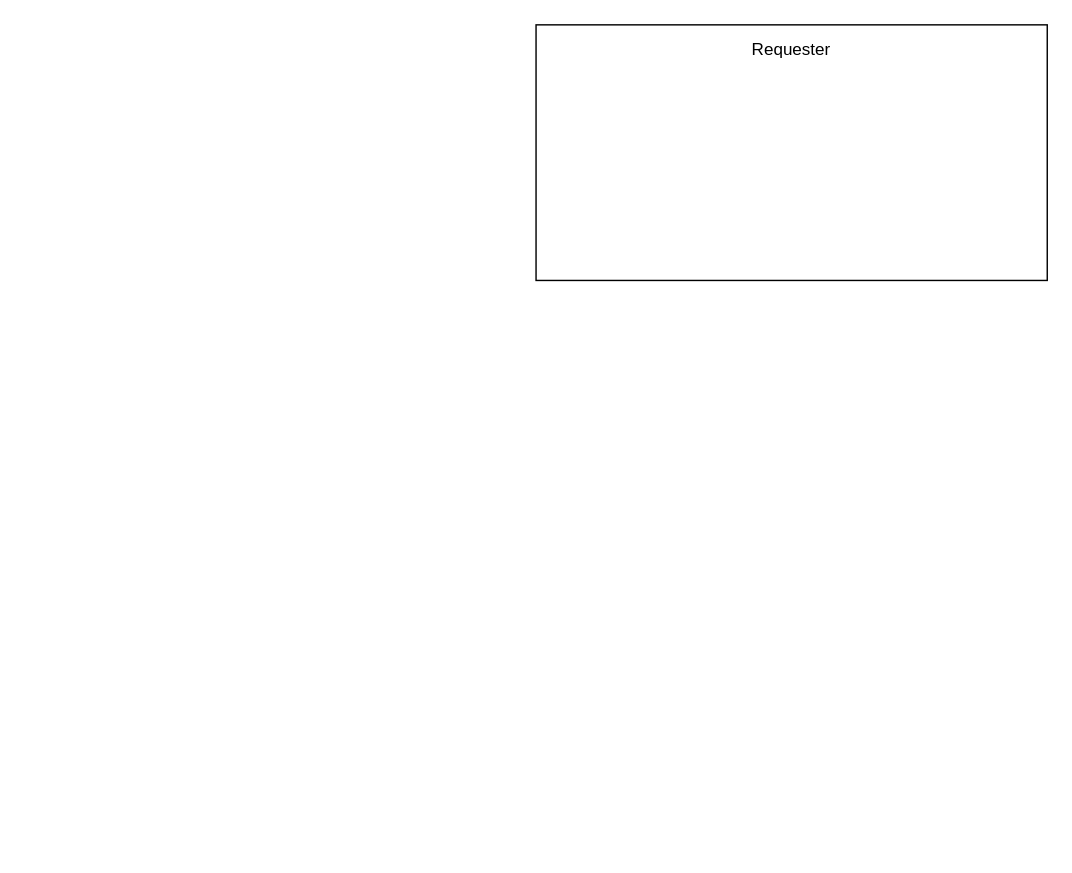
Earlier version of the draw.io diagram factoriloginet.drawio (penguinencounter/diagrams). Source tidied: cells renumbered, new cells numbered last; positions are measured from the earlier drawing's top-left corner, leaving out a move shared by most shapes. Both pictures are drawn from the tidied source at 142%, with x=0, y=0 at pixel (535, 24).
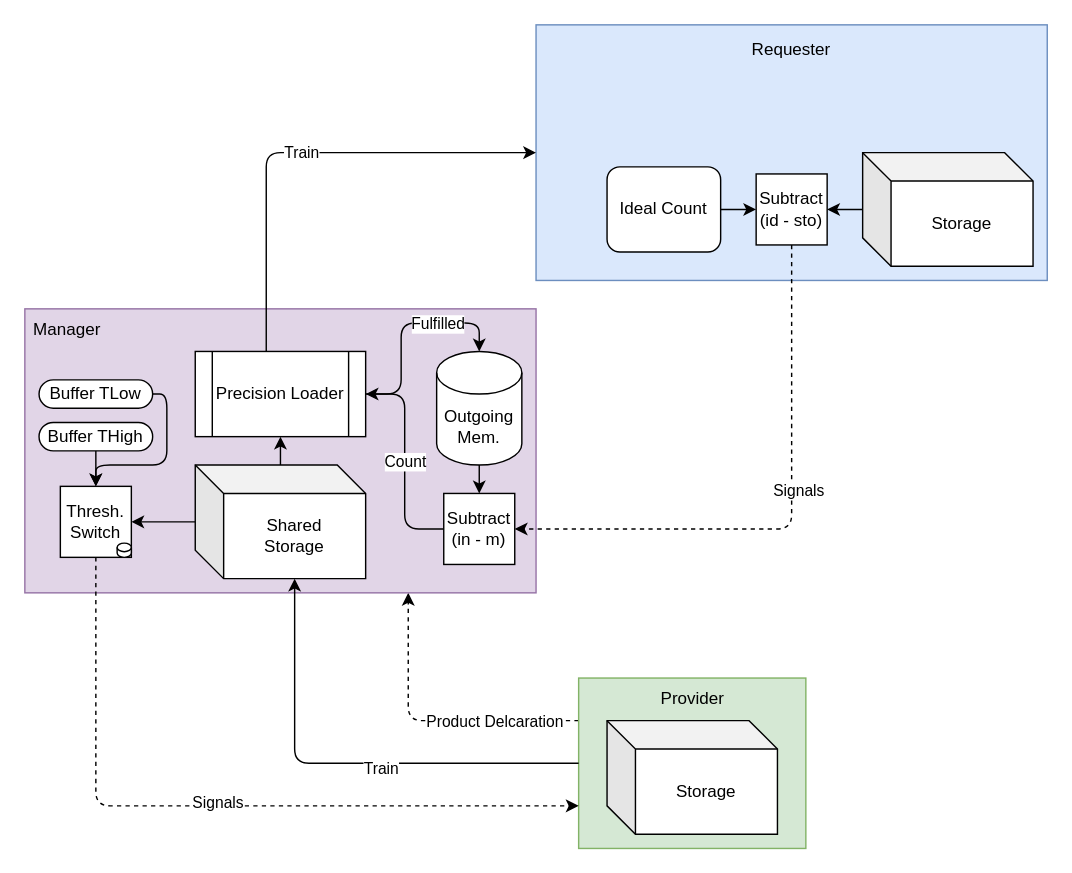
Above is the later version.

Diff of the diagram source:
```diff
@@
-    <mxCell id="2" value="&lt;div&gt;Requester&lt;/div&gt;&lt;div&gt;&lt;br&gt;&lt;/div&gt;&lt;div&gt;&lt;br&gt;&lt;/div&gt;&lt;div&gt;&lt;br&gt;&lt;/div&gt;&lt;div&gt;&lt;br&gt;&lt;/div&gt;&lt;div&gt;&lt;br&gt;&lt;/div&gt;&lt;div&gt;&lt;br&gt;&lt;/div&gt;&lt;div&gt;&lt;br&gt;&lt;/div&gt;&lt;div&gt;&lt;br&gt;&lt;/div&gt;&lt;div&gt;&lt;br&gt;&lt;/div&gt;&lt;div&gt;&lt;br&gt;&lt;/div&gt;" style="rounded=0;whiteSpace=wrap;html=1;" parent="1" vertex="1">
+    <mxCell id="2" value="&lt;div&gt;Requester&lt;/div&gt;&lt;div&gt;&lt;br&gt;&lt;/div&gt;&lt;div&gt;&lt;br&gt;&lt;/div&gt;&lt;div&gt;&lt;br&gt;&lt;/div&gt;&lt;div&gt;&lt;br&gt;&lt;/div&gt;&lt;div&gt;&lt;br&gt;&lt;/div&gt;&lt;div&gt;&lt;br&gt;&lt;/div&gt;&lt;div&gt;&lt;br&gt;&lt;/div&gt;&lt;div&gt;&lt;br&gt;&lt;/div&gt;&lt;div&gt;&lt;br&gt;&lt;/div&gt;&lt;div&gt;&lt;br&gt;&lt;/div&gt;" style="rounded=0;whiteSpace=wrap;html=1;fillColor=#dae8fc;strokeColor=#6c8ebf;" parent="1" vertex="1">
       <mxGeometry width="360" height="180" as="geometry" />
     </mxCell>
+    <mxCell id="3" style="edgeStyle=orthogonalEdgeStyle;rounded=1;jettySize=auto;html=1;exitX=0;exitY=0.25;exitDx=0;exitDy=0;entryX=0.75;entryY=1;entryDx=0;entryDy=0;dashed=1;" parent="1" edge="1" source="5" target="6">
+      <mxGeometry relative="1" as="geometry" />
+    </mxCell>
+    <mxCell id="4" value="Product Delcaration" style="edgeLabel;html=1;align=center;verticalAlign=middle;" parent="3" vertex="1">
+      <mxGeometry x="-0.07" y="1" relative="1" as="geometry">
+        <mxPoint x="38" y="-1" as="offset" />
+      </mxGeometry>
+    </mxCell>
+    <mxCell id="5" style="rounded=0;whiteSpace=wrap;html=1;fillColor=#d5e8d4;strokeColor=#82b366;" parent="1" vertex="1">
+      <mxGeometry x="30" y="460" width="160" height="120" as="geometry" />
+    </mxCell>
+    <mxCell id="6" style="rounded=0;whiteSpace=wrap;html=1;fillColor=#e1d5e7;strokeColor=#9673a6;" parent="1" vertex="1">
+      <mxGeometry x="-360" y="200" width="360" height="200" as="geometry" />
+    </mxCell>
+    <mxCell id="7" style="edgeStyle=orthogonalEdgeStyle;rounded=1;jettySize=auto;html=1;dashed=1;" parent="1" edge="1" source="8" target="17">
+      <mxGeometry relative="1" as="geometry" />
+    </mxCell>
+    <mxCell id="8" value="&lt;div&gt;Outgoing&lt;/div&gt;&lt;div&gt;Mem.&lt;br&gt;&lt;/div&gt;" style="shape=cylinder3;whiteSpace=wrap;html=1;boundedLbl=1;backgroundOutline=1;size=15;" parent="1" vertex="1">
+      <mxGeometry x="-70" y="230" width="60" height="80" as="geometry" />
+    </mxCell>
+    <mxCell id="9" style="edgeStyle=orthogonalEdgeStyle;rounded=0;jettySize=auto;html=1;entryX=1;entryY=0.5;entryDx=0;entryDy=0;" parent="1" edge="1" source="10" target="15">
+      <mxGeometry relative="1" as="geometry" />
+    </mxCell>
+    <mxCell id="10" value="Storage" style="shape=cube;whiteSpace=wrap;html=1;boundedLbl=1;backgroundOutline=1;darkOpacity=0.05;darkOpacity2=0.1;" parent="1" vertex="1">
+      <mxGeometry x="230" y="90" width="120" height="80" as="geometry" />
+    </mxCell>
+    <mxCell id="11" style="edgeStyle=orthogonalEdgeStyle;rounded=0;jettySize=auto;html=1;exitX=1;exitY=0.5;exitDx=0;exitDy=0;" parent="1" edge="1" source="12" target="15">
+      <mxGeometry relative="1" as="geometry" />
+    </mxCell>
+    <mxCell id="12" value="Ideal Count" style="rounded=1;whiteSpace=wrap;html=1;" parent="1" vertex="1">
+      <mxGeometry x="50" y="100" width="80" height="60" as="geometry" />
+    </mxCell>
+    <mxCell id="13" style="edgeStyle=orthogonalEdgeStyle;rounded=1;jettySize=auto;html=1;entryX=1;entryY=0.5;entryDx=0;entryDy=0;dashed=1;" parent="1" edge="1" source="15" target="17">
+      <mxGeometry relative="1" as="geometry">
+        <Array as="points">
+          <mxPoint x="180" y="355" />
+        </Array>
+      </mxGeometry>
+    </mxCell>
+    <mxCell id="14" value="&lt;div&gt;Signals&lt;/div&gt;" style="edgeLabel;html=1;align=center;verticalAlign=middle;" parent="13" vertex="1">
+      <mxGeometry x="-0.13" y="4" relative="1" as="geometry" />
+    </mxCell>
+    <mxCell id="15" value="&lt;div&gt;Subtract&lt;/div&gt;(id - sto)" style="whiteSpace=wrap;html=1;" parent="1" vertex="1">
+      <mxGeometry x="155" y="105" width="50" height="50" as="geometry" />
+    </mxCell>
+    <mxCell id="16" value="Count" style="edgeStyle=orthogonalEdgeStyle;rounded=1;jettySize=auto;html=1;entryX=1;entryY=0.5;entryDx=0;entryDy=0;" parent="1" edge="1" source="17" target="21">
+      <mxGeometry relative="1" as="geometry" />
+    </mxCell>
+    <mxCell id="17" value="&lt;div&gt;Subtract&lt;/div&gt;(in - m)" style="whiteSpace=wrap;html=1;" parent="1" vertex="1">
+      <mxGeometry x="-65" y="330" width="50" height="50" as="geometry" />
+    </mxCell>
+    <mxCell id="18" value="Train" style="edgeStyle=orthogonalEdgeStyle;rounded=1;jettySize=auto;html=1;entryX=0;entryY=0.5;entryDx=0;entryDy=0;" parent="1" edge="1" source="21" target="2">
+      <mxGeometry relative="1" as="geometry">
+        <Array as="points">
+          <mxPoint x="-190" y="90" />
+        </Array>
+      </mxGeometry>
+    </mxCell>
+    <mxCell id="19" style="edgeStyle=orthogonalEdgeStyle;rounded=1;jettySize=auto;html=1;entryX=0.5;entryY=0;entryDx=0;entryDy=0;entryPerimeter=0;" parent="1" edge="1" source="21" target="8">
+      <mxGeometry relative="1" as="geometry" />
+    </mxCell>
+    <mxCell id="20" value="Fulfilled" style="edgeLabel;html=1;align=center;verticalAlign=middle;" parent="19" vertex="1">
+      <mxGeometry x="0.5" y="-2" relative="1" as="geometry">
+        <mxPoint x="-13" y="-2" as="offset" />
+      </mxGeometry>
+    </mxCell>
+    <mxCell id="21" value="Precision Loader" style="shape=process;whiteSpace=wrap;html=1;backgroundOutline=1;" parent="1" vertex="1">
+      <mxGeometry x="-240" y="230" width="120" height="60" as="geometry" />
+    </mxCell>
+    <mxCell id="22" value="Manager" style="text;html=1;strokeColor=none;fillColor=none;align=center;verticalAlign=middle;whiteSpace=wrap;rounded=0;" parent="1" vertex="1">
+      <mxGeometry x="-360" y="200" width="60" height="30" as="geometry" />
+    </mxCell>
+    <mxCell id="23" style="edgeStyle=orthogonalEdgeStyle;rounded=1;jettySize=auto;html=1;entryX=0.5;entryY=1;entryDx=0;entryDy=0;" parent="1" edge="1" source="25" target="21">
+      <mxGeometry relative="1" as="geometry" />
+    </mxCell>
+    <mxCell id="24" style="edgeStyle=orthogonalEdgeStyle;rounded=1;jettySize=auto;html=1;" parent="1" edge="1" source="25" target="30">
+      <mxGeometry relative="1" as="geometry" />
+    </mxCell>
+    <mxCell id="25" value="&lt;div&gt;Shared&lt;/div&gt;&lt;div&gt;Storage&lt;/div&gt;" style="shape=cube;whiteSpace=wrap;html=1;boundedLbl=1;backgroundOutline=1;darkOpacity=0.05;darkOpacity2=0.1;" parent="1" vertex="1">
+      <mxGeometry x="-240" y="310" width="120" height="80" as="geometry" />
+    </mxCell>
+    <mxCell id="26" style="edgeStyle=orthogonalEdgeStyle;rounded=1;jettySize=auto;html=1;" parent="1" edge="1" source="27" target="30">
+      <mxGeometry relative="1" as="geometry">
+        <Array as="points">
+          <mxPoint x="-260" y="260" />
+          <mxPoint x="-260" y="310" />
+          <mxPoint x="-310" y="310" />
+        </Array>
+      </mxGeometry>
+    </mxCell>
+    <mxCell id="27" value="Buffer TLow" style="rounded=1;whiteSpace=wrap;html=1;arcSize=50;" parent="1" vertex="1">
+      <mxGeometry x="-350" y="250" width="80" height="20" as="geometry" />
+    </mxCell>
+    <mxCell id="28" style="edgeStyle=orthogonalEdgeStyle;rounded=1;jettySize=auto;html=1;exitX=0.5;exitY=1;exitDx=0;exitDy=0;entryX=0;entryY=0.75;entryDx=0;entryDy=0;dashed=1;" parent="1" edge="1" source="30" target="5">
+      <mxGeometry relative="1" as="geometry" />
+    </mxCell>
+    <mxCell id="29" value="&lt;div&gt;Signals&lt;/div&gt;" style="edgeLabel;html=1;align=center;verticalAlign=middle;" parent="28" vertex="1">
+      <mxGeometry x="0.01" y="3" relative="1" as="geometry" />
+    </mxCell>
+    <mxCell id="30" value="Thresh. Switch" style="whiteSpace=wrap;html=1;" parent="1" vertex="1">
+      <mxGeometry x="-335" y="325" width="50" height="50" as="geometry" />
+    </mxCell>
+    <mxCell id="31" value="Storage" style="shape=cube;whiteSpace=wrap;html=1;boundedLbl=1;backgroundOutline=1;darkOpacity=0.05;darkOpacity2=0.1;" parent="1" vertex="1">
+      <mxGeometry x="50" y="490" width="120" height="80" as="geometry" />
+    </mxCell>
+    <mxCell id="32" style="edgeStyle=orthogonalEdgeStyle;rounded=1;jettySize=auto;html=1;entryX=0.5;entryY=0;entryDx=0;entryDy=0;" parent="1" edge="1" source="33" target="30">
+      <mxGeometry relative="1" as="geometry">
+        <Array as="points">
+          <mxPoint x="-310" y="310" />
+          <mxPoint x="-310" y="310" />
+        </Array>
+      </mxGeometry>
+    </mxCell>
+    <mxCell id="33" value="Buffer THigh" style="rounded=1;whiteSpace=wrap;html=1;arcSize=50;" parent="1" vertex="1">
+      <mxGeometry x="-350" y="280" width="80" height="20" as="geometry" />
+    </mxCell>
+    <mxCell id="34" style="shape=cylinder3;whiteSpace=wrap;html=1;boundedLbl=1;backgroundOutline=1;size=2.999999999999943;" parent="1" vertex="1">
+      <mxGeometry x="-295" y="365" width="10" height="10" as="geometry" />
+    </mxCell>
+    <mxCell id="35" value="Provider" style="text;html=1;align=center;verticalAlign=middle;strokeColor=none;fillColor=none;" parent="1" vertex="1">
+      <mxGeometry x="75" y="460" width="70" height="30" as="geometry" />
+    </mxCell>
+    <mxCell id="36" style="edgeStyle=orthogonalEdgeStyle;rounded=1;jettySize=auto;html=1;entryX=0;entryY=0;entryDx=70;entryDy=80;entryPerimeter=0;" parent="1" edge="1" source="5" target="25">
+      <mxGeometry relative="1" as="geometry" />
+    </mxCell>
+    <mxCell id="37" value="&lt;div&gt;Train&lt;/div&gt;" style="edgeLabel;html=1;align=center;verticalAlign=middle;" parent="36" vertex="1">
+      <mxGeometry x="-0.15" y="3" relative="1" as="geometry" />
+    </mxCell>
```
